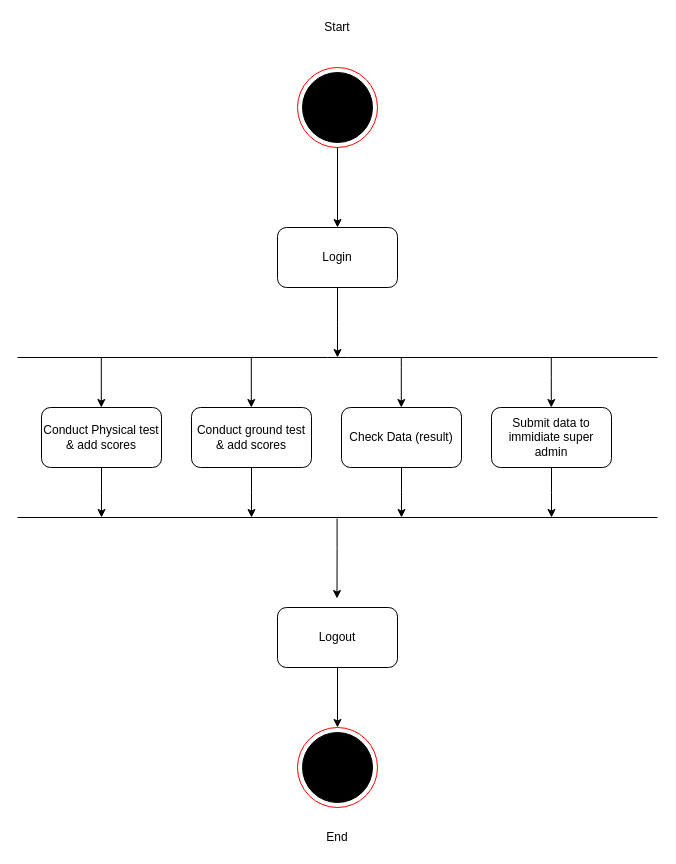
Earlier version of the draw.io diagram Documentation/Diagrams/Raw/Activity/Activity_City_Physical.drawio (phoenix-295/Police_Bharti). Source tidied: cells renumbered, new cells numbered last; positions are measured from the earlier drawing's top-left corner, leaving out a move shared by most shapes. Both pictures are drawn from the tidied source at 100%, with x=0, y=0 at pixel (17, 17).
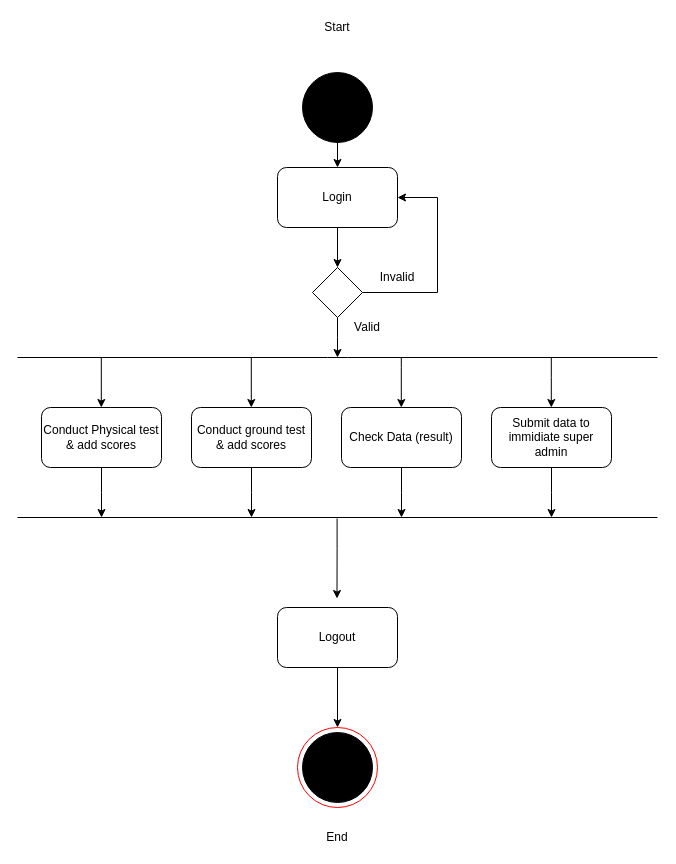
After the change.

Unchanged cells that the change refers to:
```xml
<mxCell id="2" style="group;" parent="1" vertex="1">
  <mxGeometry x="280" y="50" width="80" height="80" as="geometry" />
</mxCell>
<mxCell id="4" style="ellipse;whiteSpace=wrap;html=1;fillColor=#000000;" parent="2" vertex="1">
  <mxGeometry x="5" y="5" width="70" height="70" as="geometry" />
</mxCell>
```

The edit, as a diff of the source:
```diff
@@
-    <mxCell id="3" style="ellipse;whiteSpace=wrap;html=1;strokeColor=#FF0000;" parent="2" vertex="1">
-      <mxGeometry width="80" height="80" as="geometry" />
-    </mxCell>
@@
-    <mxCell id="6" style="edgeStyle=orthogonalEdgeStyle;rounded=0;jettySize=auto;html=1;exitX=0.5;exitY=1;exitDx=0;exitDy=0;" parent="1" edge="1" source="7">
+    <mxCell id="6" style="edgeStyle=orthogonalEdgeStyle;rounded=0;jettySize=auto;html=1;exitX=0.5;exitY=1;exitDx=0;exitDy=0;" parent="1" edge="1" source="31">
       <mxGeometry relative="1" as="geometry">
         <mxPoint x="320" y="340" as="targetPoint" />
       </mxGeometry>
     </mxCell>
     <mxCell id="7" value="Login" style="rounded=1;whiteSpace=wrap;html=1;" parent="1" vertex="1">
-      <mxGeometry x="260" y="210" width="120" height="60" as="geometry" />
+      <mxGeometry x="260" y="150" width="120" height="60" as="geometry" />
     </mxCell>
@@
-    <mxCell id="29" style="edgeStyle=orthogonalEdgeStyle;rounded=0;jettySize=auto;html=1;exitX=0.5;exitY=1;exitDx=0;exitDy=0;entryX=0.5;entryY=0;entryDx=0;entryDy=0;" parent="1" edge="1" source="3" target="7">
+    <mxCell id="29" style="edgeStyle=orthogonalEdgeStyle;rounded=0;jettySize=auto;html=1;exitX=0.5;exitY=1;exitDx=0;exitDy=0;entryX=0.5;entryY=0;entryDx=0;entryDy=0;" parent="1" edge="1" source="4" target="7">
       <mxGeometry relative="1" as="geometry" />
     </mxCell>
+    <mxCell id="30" style="edgeStyle=orthogonalEdgeStyle;rounded=0;jettySize=auto;html=1;exitX=1;exitY=0.5;exitDx=0;exitDy=0;entryX=1;entryY=0.5;entryDx=0;entryDy=0;" parent="1" edge="1" source="31" target="7">
+      <mxGeometry relative="1" as="geometry">
+        <Array as="points">
+          <mxPoint x="420" y="275" />
+          <mxPoint x="420" y="180" />
+        </Array>
+      </mxGeometry>
+    </mxCell>
+    <mxCell id="31" style="rhombus;whiteSpace=wrap;html=1;" parent="1" vertex="1">
+      <mxGeometry x="295" y="250" width="50" height="50" as="geometry" />
+    </mxCell>
+    <mxCell id="32" style="edgeStyle=orthogonalEdgeStyle;rounded=0;jettySize=auto;html=1;exitX=0.5;exitY=1;exitDx=0;exitDy=0;" parent="1" edge="1" source="7" target="31">
+      <mxGeometry relative="1" as="geometry" />
+    </mxCell>
+    <mxCell id="33" value="Invalid" style="text;html=1;strokeColor=none;fillColor=none;align=center;verticalAlign=middle;whiteSpace=wrap;rounded=0;" parent="1" vertex="1">
+      <mxGeometry x="360" y="250" width="40" height="20" as="geometry" />
+    </mxCell>
+    <mxCell id="34" value="Valid" style="text;html=1;strokeColor=none;fillColor=none;align=center;verticalAlign=middle;whiteSpace=wrap;rounded=0;" parent="1" vertex="1">
+      <mxGeometry x="330" y="300" width="40" height="20" as="geometry" />
+    </mxCell>
```
